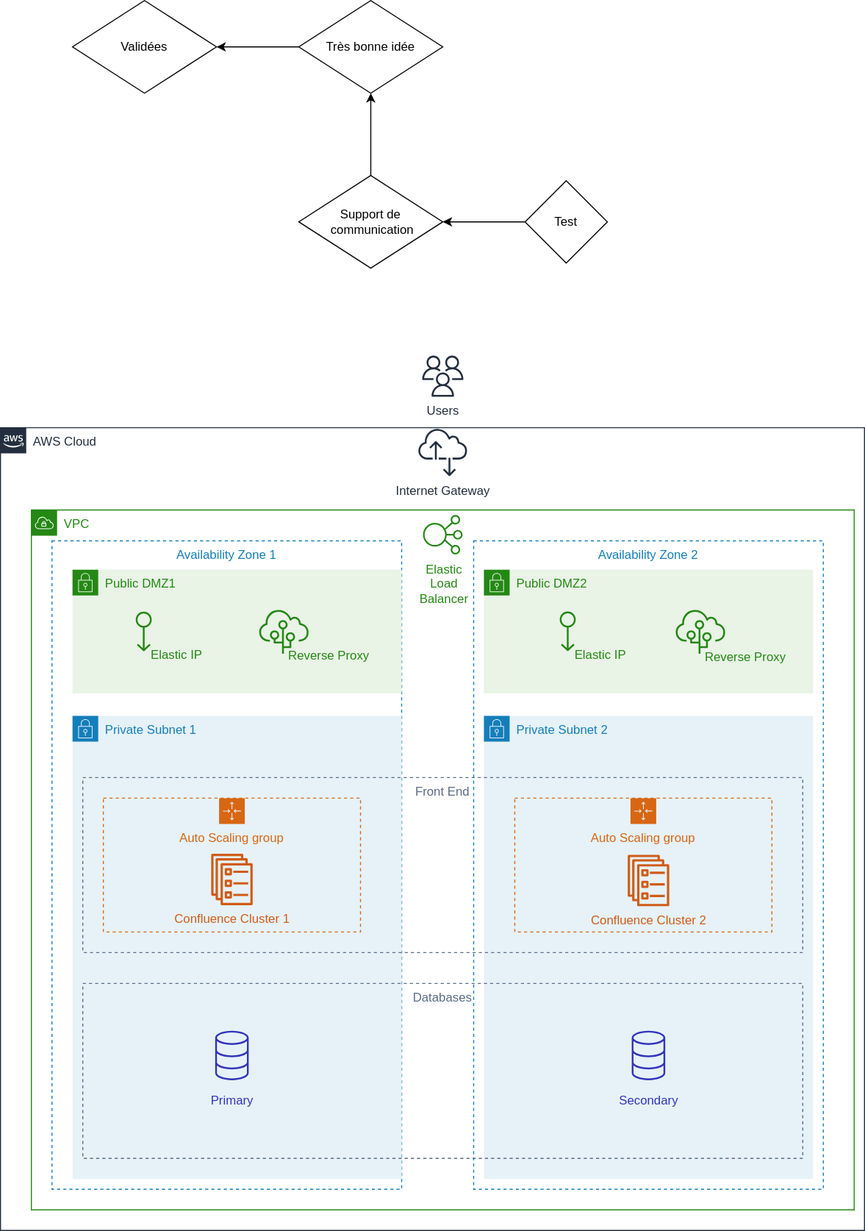
This is examples/aws-simple-architecture.drawio.svg from Gaspard-Bourgeois/drawio-diagrams, a draw.io export, as it was before one commit. Source tidied: cells renumbered, new cells last; positions are measured from the earlier drawing's top-left corner, leaving out a move shared by most shapes.
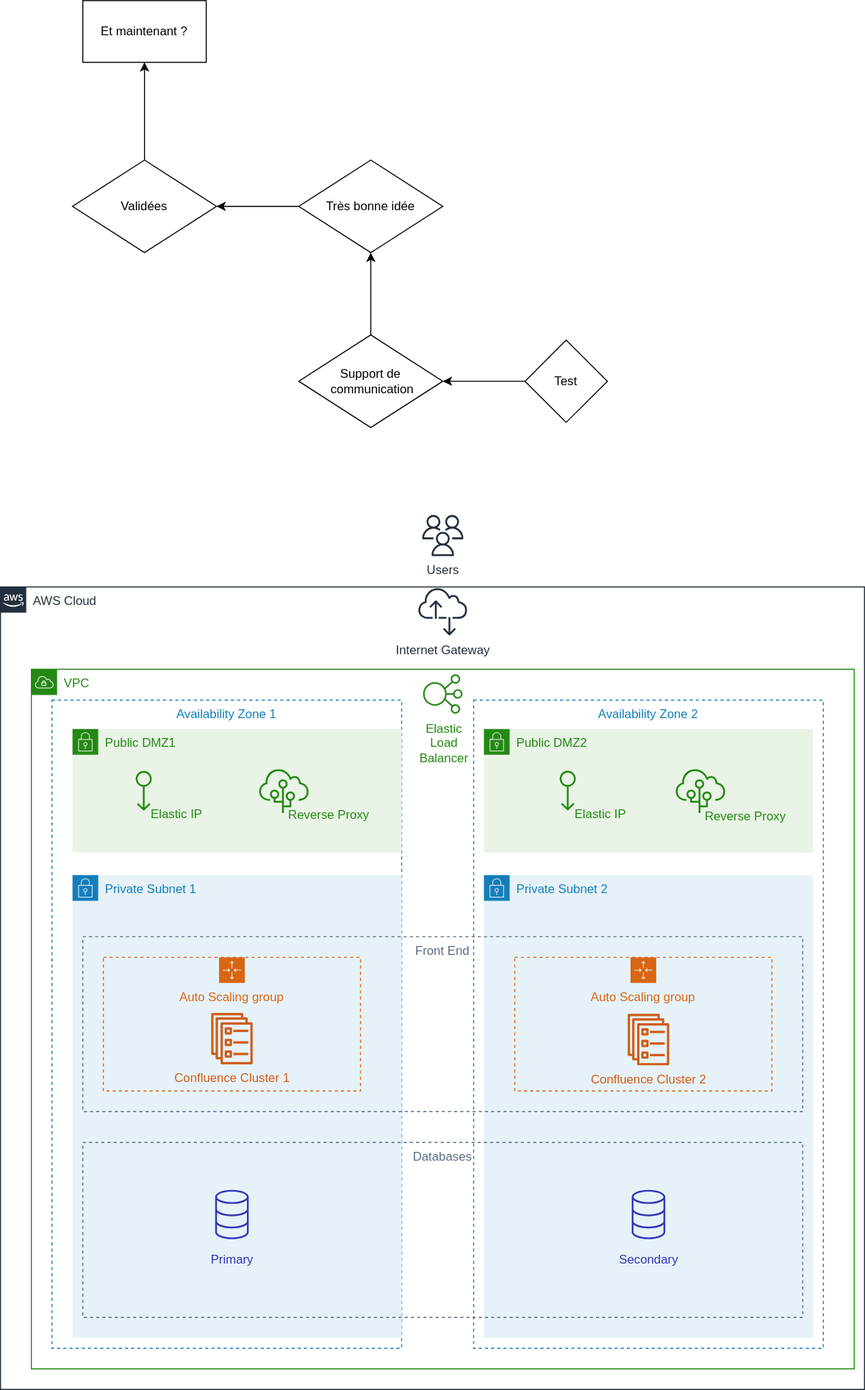
Later version of the same file.

What changed in the source:
```diff
@@ -89,8 +89,14 @@
     <mxCell id="30" value="Très bonne idée" style="rhombus;whiteSpace=wrap;html=1;" parent="1" vertex="1">
       <mxGeometry x="290" width="140" height="90" as="geometry" />
     </mxCell>
+    <mxCell id="32" style="edgeStyle=none;html=1;" parent="1" edge="1" source="31" target="33">
+      <mxGeometry relative="1" as="geometry" />
+    </mxCell>
     <mxCell id="31" value="Validées" style="rhombus;whiteSpace=wrap;html=1;" parent="1" vertex="1">
       <mxGeometry x="70" width="140" height="90" as="geometry" />
     </mxCell>
+    <mxCell id="33" value="Et maintenant ?" style="whiteSpace=wrap;html=1;" parent="1" vertex="1">
+      <mxGeometry x="80" y="-155" width="120" height="60" as="geometry" />
+    </mxCell>
   </root>
 </mxGraphModel>
```
